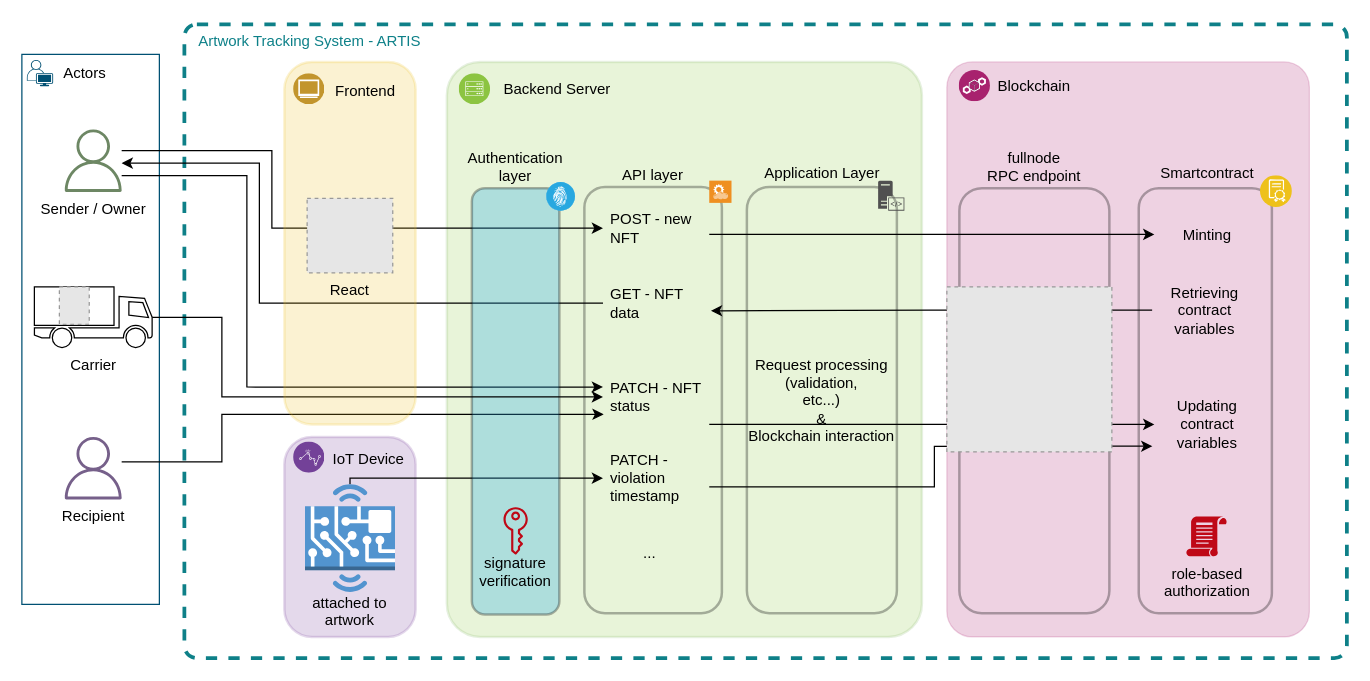
artis-project/artis-thesis keeps this draw.io diagram as diagrams/architecture.drawio. Above is the earlier version. Source tidied: cells renumbered, new cells numbered last; positions are measured from the earlier drawing's top-left corner, leaving out a move shared by most shapes. Both pictures are drawn from the tidied source at 125%, with x=0, y=0 at pixel (21, 21). Pictures stored in the file or linked from it are replaced by grey dashed boxes.
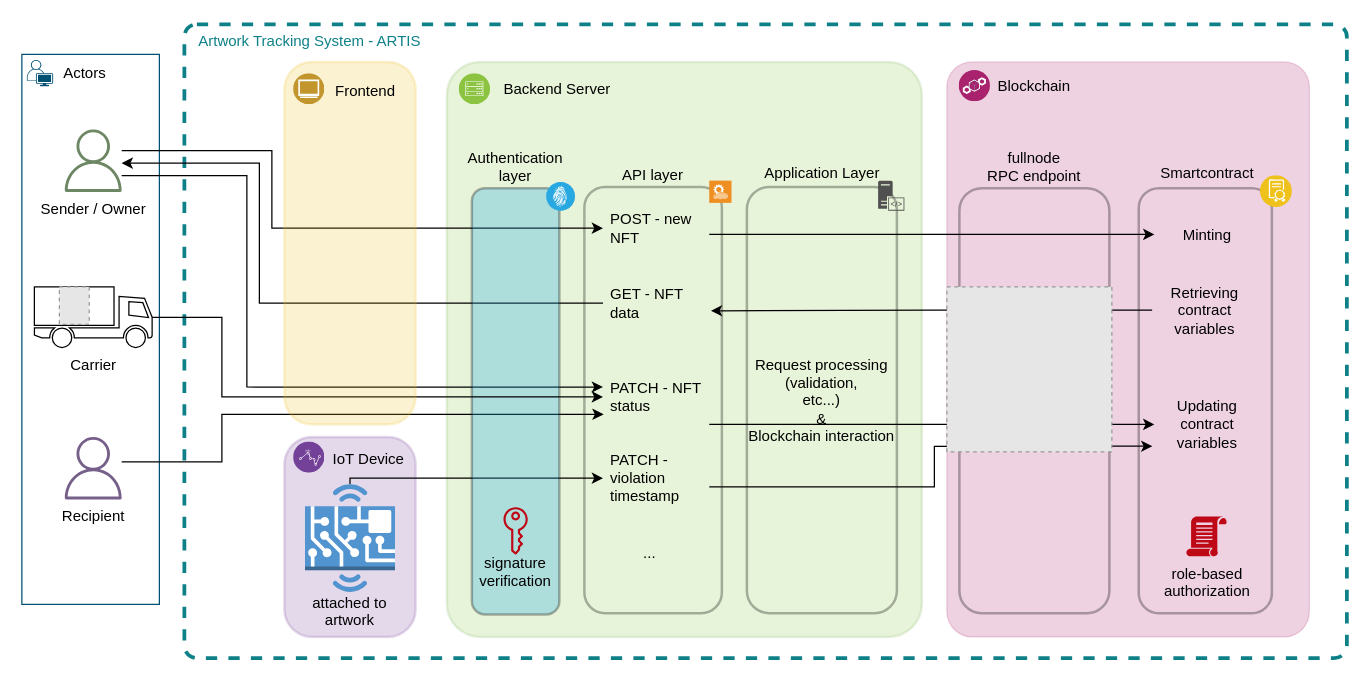
Above is the later version.

The edit, as a diff of the source:
```diff
@@
-    <mxCell id="51" value="React" style="fillColor=#E6E6E6;strokeColor=#999999;dashed=1;verticalLabelPosition=bottom;labelBackgroundColor=none;verticalAlign=top;" parent="1" vertex="1">
-      <mxGeometry x="228.2" y="141.2" width="68.5" height="59.5" as="geometry" />
-    </mxCell>
```
